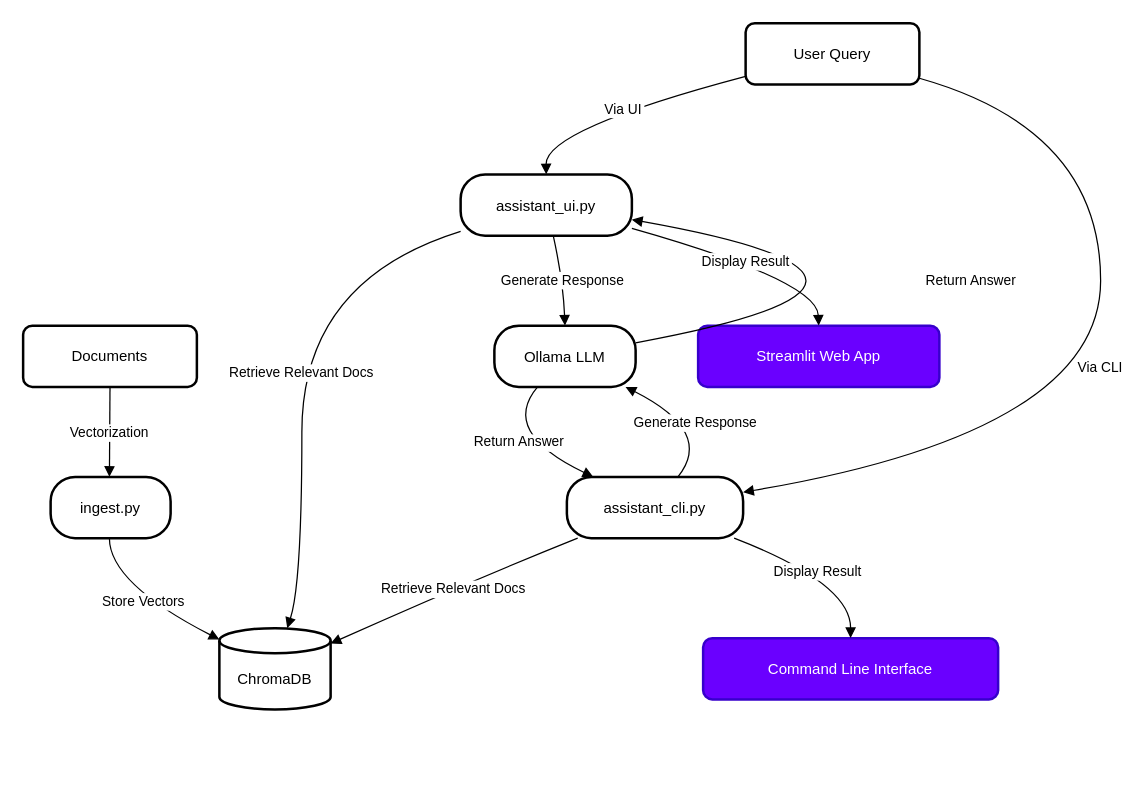
Above: images/privategpt.drawio in muquit/privategpt (draw.io), before the change. Source tidied: cells renumbered, new cells numbered last; positions are measured from the earlier drawing's top-left corner, leaving out a move shared by most shapes. Both pictures are drawn from the tidied source at 125%, with x=0, y=0 at pixel (22, 22).
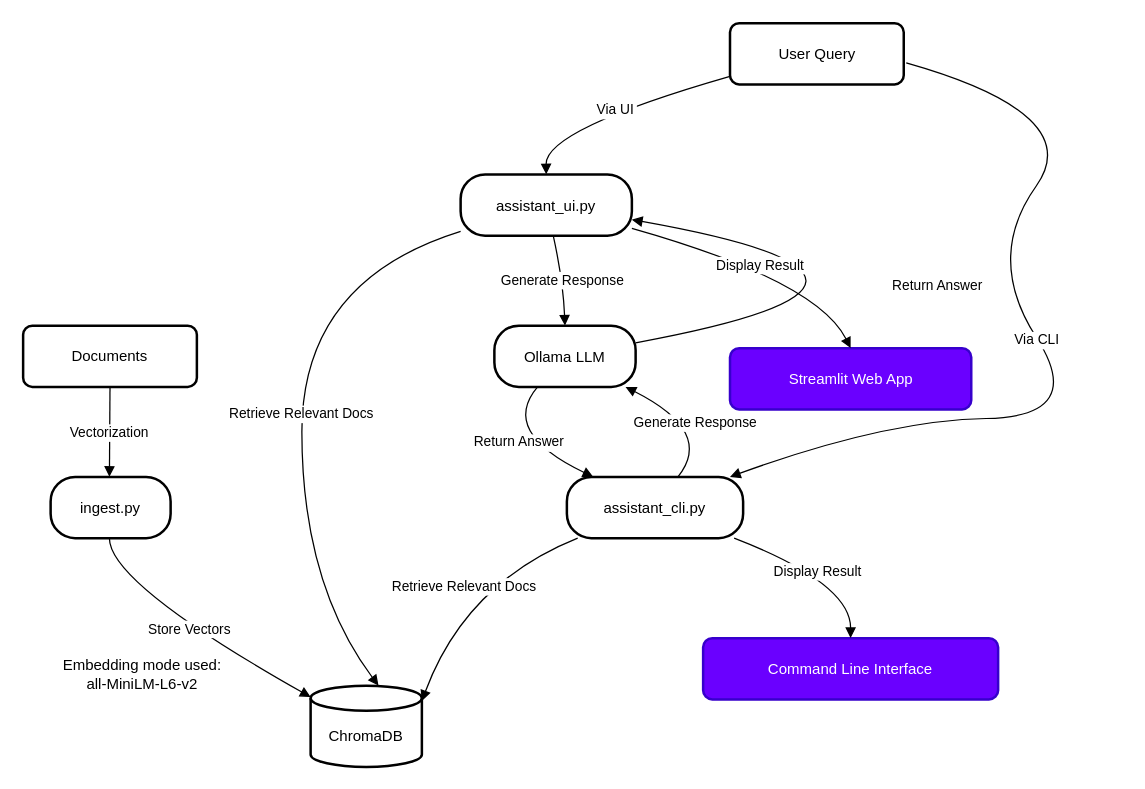
After the change.

Commit message (it also covers changes not shown here):
Mention embedding model used in the diagram

Unchanged cells that the change refers to:
```xml
<mxCell id="6" value="assistant_ui.py" style="rounded=1;arcSize=40;strokeWidth=2;" parent="1" vertex="1">
  <mxGeometry x="350" y="121" width="137" height="49" as="geometry" />
</mxCell>
<mxCell id="7" value="assistant_cli.py" style="rounded=1;arcSize=40;strokeWidth=2;" parent="1" vertex="1">
  <mxGeometry x="435" y="363" width="141" height="49" as="geometry" />
</mxCell>
<mxCell id="8" value="Ollama LLM" style="rounded=1;arcSize=40;strokeWidth=2;" parent="1" vertex="1">
  <mxGeometry x="377" y="242" width="113" height="49" as="geometry" />
</mxCell>
```

The edit, as a diff of the source:
```diff
@@
     <mxCell id="4" value="ChromaDB" style="shape=cylinder3;boundedLbl=1;backgroundOutline=1;size=10;strokeWidth=2;whiteSpace=wrap;" parent="1" vertex="1">
-      <mxGeometry x="157" y="484" width="89" height="65" as="geometry" />
+      <mxGeometry x="230" y="530" width="89" height="65" as="geometry" />
     </mxCell>
     <mxCell id="5" value="User Query" style="whiteSpace=wrap;strokeWidth=2;rounded=1;" parent="1" vertex="1">
-      <mxGeometry x="578" width="139" height="49" as="geometry" />
+      <mxGeometry x="565.5" width="139" height="49" as="geometry" />
     </mxCell>
@@
     <mxCell id="9" value="Streamlit Web App" style="whiteSpace=wrap;strokeWidth=2;fillColor=#6a00ff;fontColor=#ffffff;strokeColor=#3700CC;rounded=1;" parent="1" vertex="1">
-      <mxGeometry x="540" y="242" width="193" height="49" as="geometry" />
+      <mxGeometry x="565.5" y="260" width="193" height="49" as="geometry" />
     </mxCell>
@@
-    <mxCell id="14" value="Via CLI" style="curved=1;startArrow=none;endArrow=block;exitX=1;exitY=0.9;entryX=1;entryY=0.25;rounded=0;" parent="1" edge="1" source="5" target="7">
+    <mxCell id="14" value="Via CLI" style="curved=1;startArrow=none;endArrow=block;exitX=1;exitY=0.9;entryX=1;entryY=0.25;rounded=0;" parent="1" edge="1">
       <mxGeometry relative="1" as="geometry">
+        <mxPoint x="706.5" y="31.8" as="sourcePoint" />
+        <mxPoint x="565.5" y="363" as="targetPoint" />
         <Array as="points">
-          <mxPoint x="862" y="85" />
-          <mxPoint x="862" y="327" />
+          <mxPoint x="851.5" y="72.8" />
+          <mxPoint x="769.5" y="187.8" />
+          <mxPoint x="851.5" y="314.8" />
+          <mxPoint x="689.5" y="317.8" />
         </Array>
       </mxGeometry>
     </mxCell>
@@
     <mxCell id="19" value="Return Answer" style="curved=1;startArrow=none;endArrow=block;exitX=1;exitY=0.28;entryX=1;entryY=0.74;rounded=0;" parent="1" edge="1" source="8" target="6">
-      <mxGeometry relative="1" as="geometry">
+      <mxGeometry x="-0.11" y="1" relative="1" as="geometry">
         <Array as="points">
           <mxPoint x="760" y="206" />
         </Array>
+        <mxPoint y="-1" as="offset" />
       </mxGeometry>
     </mxCell>
@@
+    <mxCell id="23" value="&lt;div&gt;Embedding mode used:&lt;/div&gt;a&lt;span style=&quot;background-color: initial;&quot;&gt;ll-MiniLM-L6-v2&lt;/span&gt;" style="text;html=1;align=center;verticalAlign=middle;strokeColor=none;fillColor=none;" parent="1" vertex="1">
+      <mxGeometry x="20" y="501" width="150" height="40" as="geometry" />
+    </mxCell>
```
